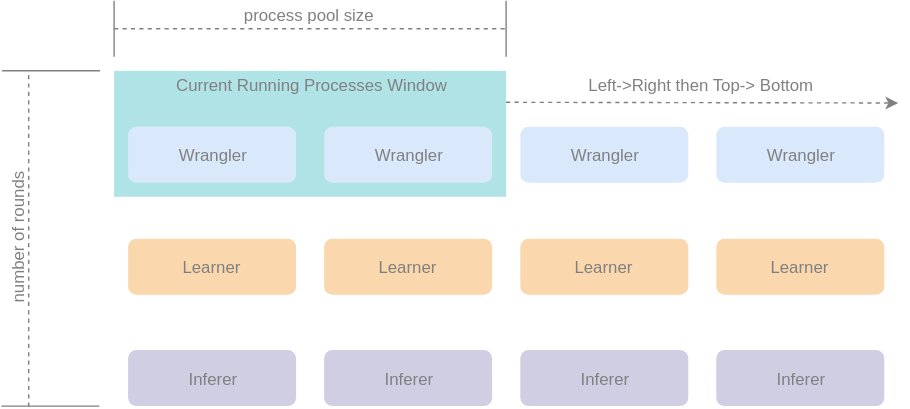
The draw.io diagram docs/source/nemesyst_rounds.svg in DreamingRaven/nemesyst, before a commit. Source tidied: cells renumbered, new cells last; positions are measured from the earlier drawing's top-left corner, leaving out a move shared by most shapes. Source of this version:
```xml
<mxGraphModel>
  <root>
    <mxCell id="0" />
    <mxCell id="1" parent="0" />
    <mxCell id="2" style="rounded=0;whiteSpace=wrap;html=1;fillColor=#b0e3e6;strokeColor=none;" parent="1" vertex="1">
      <mxGeometry x="189" y="50" width="280" height="90" as="geometry" />
    </mxCell>
    <mxCell id="3" style="rounded=1;whiteSpace=wrap;html=1;strokeColor=none;fillColor=#DAE8FC;fontColor=#808080;" parent="1" vertex="1">
      <mxGeometry x="199" y="90" width="120" height="40" as="geometry" />
    </mxCell>
    <mxCell id="4" value="Wrangler" style="text;html=1;strokeColor=none;fillColor=none;align=center;verticalAlign=middle;whiteSpace=wrap;rounded=0;fontColor=#808080;" parent="1" vertex="1">
      <mxGeometry x="209" y="100" width="100" height="20" as="geometry" />
    </mxCell>
    <mxCell id="5" style="rounded=1;whiteSpace=wrap;html=1;strokeColor=none;fillColor=#DAE8FC;fontColor=#808080;" parent="1" vertex="1">
      <mxGeometry x="339" y="90" width="120" height="40" as="geometry" />
    </mxCell>
    <mxCell id="6" value="Wrangler" style="text;html=1;strokeColor=none;fillColor=none;align=center;verticalAlign=middle;whiteSpace=wrap;rounded=0;fontColor=#808080;" parent="1" vertex="1">
      <mxGeometry x="349" y="100" width="100" height="20" as="geometry" />
    </mxCell>
    <mxCell id="7" style="rounded=1;whiteSpace=wrap;html=1;strokeColor=none;fillColor=#DAE8FC;fontColor=#808080;" parent="1" vertex="1">
      <mxGeometry x="479.1" y="90" width="120" height="40" as="geometry" />
    </mxCell>
    <mxCell id="8" value="Wrangler" style="text;html=1;strokeColor=none;fillColor=none;align=center;verticalAlign=middle;whiteSpace=wrap;rounded=0;fontColor=#808080;" parent="1" vertex="1">
      <mxGeometry x="489.1" y="100" width="100" height="20" as="geometry" />
    </mxCell>
    <mxCell id="9" style="rounded=1;whiteSpace=wrap;html=1;strokeColor=none;fillColor=#DAE8FC;fontColor=#808080;" parent="1" vertex="1">
      <mxGeometry x="619.1" y="90" width="120" height="40" as="geometry" />
    </mxCell>
    <mxCell id="10" value="Wrangler" style="text;html=1;strokeColor=none;fillColor=none;align=center;verticalAlign=middle;whiteSpace=wrap;rounded=0;fontColor=#808080;" parent="1" vertex="1">
      <mxGeometry x="629.1" y="100" width="100" height="20" as="geometry" />
    </mxCell>
    <mxCell id="11" value="Current Running Processes Window" style="text;html=1;strokeColor=none;fillColor=none;align=center;verticalAlign=middle;whiteSpace=wrap;rounded=0;fontColor=#808080;" parent="1" vertex="1">
      <mxGeometry x="189" y="50" width="281" height="20" as="geometry" />
    </mxCell>
    <mxCell id="12" style="endArrow=none;html=1;strokeColor=#808080;" parent="1" edge="1">
      <mxGeometry relative="1" as="geometry">
        <mxPoint x="189" y="40" as="sourcePoint" />
        <mxPoint x="189" as="targetPoint" />
      </mxGeometry>
    </mxCell>
    <mxCell id="13" style="endArrow=none;html=1;strokeColor=#808080;dashed=1;" parent="1" edge="1">
      <mxGeometry relative="1" as="geometry">
        <mxPoint x="189" y="20" as="sourcePoint" />
        <mxPoint x="469" y="20" as="targetPoint" />
      </mxGeometry>
    </mxCell>
    <mxCell id="14" style="endArrow=none;html=1;strokeColor=#808080;" parent="1" edge="1">
      <mxGeometry relative="1" as="geometry">
        <mxPoint x="469" y="40" as="sourcePoint" />
        <mxPoint x="469" as="targetPoint" />
      </mxGeometry>
    </mxCell>
    <mxCell id="15" value="process pool size" style="text;html=1;strokeColor=none;fillColor=none;align=center;verticalAlign=middle;whiteSpace=wrap;rounded=0;fontColor=#808080;" parent="1" vertex="1">
      <mxGeometry x="188" width="281" height="20" as="geometry" />
    </mxCell>
    <mxCell id="16" style="endArrow=classic;html=1;strokeColor=#808080;fontColor=#808080;exitX=1;exitY=0.25;exitDx=0;exitDy=0;dashed=1;" parent="1" edge="1" source="2">
      <mxGeometry relative="1" as="geometry">
        <mxPoint x="749" y="73" as="targetPoint" />
      </mxGeometry>
    </mxCell>
    <mxCell id="17" style="rounded=1;whiteSpace=wrap;html=1;strokeColor=none;fillColor=#fad7ac;" parent="1" vertex="1">
      <mxGeometry x="199" y="170" width="120" height="40" as="geometry" />
    </mxCell>
    <mxCell id="18" value="Learner" style="text;html=1;strokeColor=none;fillColor=none;align=center;verticalAlign=middle;whiteSpace=wrap;rounded=0;fontColor=#808080;" parent="1" vertex="1">
      <mxGeometry x="209" y="180" width="100" height="20" as="geometry" />
    </mxCell>
    <mxCell id="19" style="rounded=1;whiteSpace=wrap;html=1;strokeColor=none;fillColor=#fad7ac;" parent="1" vertex="1">
      <mxGeometry x="339" y="170" width="120" height="40" as="geometry" />
    </mxCell>
    <mxCell id="20" value="Learner" style="text;html=1;strokeColor=none;fillColor=none;align=center;verticalAlign=middle;whiteSpace=wrap;rounded=0;fontColor=#808080;" parent="1" vertex="1">
      <mxGeometry x="349" y="180" width="100" height="20" as="geometry" />
    </mxCell>
    <mxCell id="21" style="rounded=1;whiteSpace=wrap;html=1;strokeColor=none;fillColor=#fad7ac;" parent="1" vertex="1">
      <mxGeometry x="479.1" y="170" width="120" height="40" as="geometry" />
    </mxCell>
    <mxCell id="22" value="Learner" style="text;html=1;strokeColor=none;fillColor=none;align=center;verticalAlign=middle;whiteSpace=wrap;rounded=0;fontColor=#808080;" parent="1" vertex="1">
      <mxGeometry x="489.1" y="180" width="100" height="20" as="geometry" />
    </mxCell>
    <mxCell id="23" style="rounded=1;whiteSpace=wrap;html=1;strokeColor=none;fillColor=#fad7ac;" parent="1" vertex="1">
      <mxGeometry x="619.1" y="170" width="120" height="40" as="geometry" />
    </mxCell>
    <mxCell id="24" value="Learner" style="text;html=1;strokeColor=none;fillColor=none;align=center;verticalAlign=middle;whiteSpace=wrap;rounded=0;fontColor=#808080;" parent="1" vertex="1">
      <mxGeometry x="629.1" y="180" width="100" height="20" as="geometry" />
    </mxCell>
    <mxCell id="25" style="rounded=1;whiteSpace=wrap;html=1;strokeColor=none;fillColor=#d0cee2;" parent="1" vertex="1">
      <mxGeometry x="199" y="249.5" width="120" height="40" as="geometry" />
    </mxCell>
    <mxCell id="26" value="Inferer" style="text;html=1;strokeColor=none;fillColor=none;align=center;verticalAlign=middle;whiteSpace=wrap;rounded=0;fontColor=#808080;" parent="1" vertex="1">
      <mxGeometry x="209" y="259.5" width="100" height="20" as="geometry" />
    </mxCell>
    <mxCell id="27" style="rounded=1;whiteSpace=wrap;html=1;strokeColor=none;fillColor=#d0cee2;" parent="1" vertex="1">
      <mxGeometry x="339" y="249.5" width="120" height="40" as="geometry" />
    </mxCell>
    <mxCell id="28" value="Inferer" style="text;html=1;strokeColor=none;fillColor=none;align=center;verticalAlign=middle;whiteSpace=wrap;rounded=0;fontColor=#808080;" parent="1" vertex="1">
      <mxGeometry x="349" y="259.5" width="100" height="20" as="geometry" />
    </mxCell>
    <mxCell id="29" style="rounded=1;whiteSpace=wrap;html=1;strokeColor=none;fillColor=#d0cee2;" parent="1" vertex="1">
      <mxGeometry x="479.1" y="249.5" width="120" height="40" as="geometry" />
    </mxCell>
    <mxCell id="30" value="Inferer" style="text;html=1;strokeColor=none;fillColor=none;align=center;verticalAlign=middle;whiteSpace=wrap;rounded=0;fontColor=#808080;" parent="1" vertex="1">
      <mxGeometry x="489.1" y="259.5" width="100" height="20" as="geometry" />
    </mxCell>
    <mxCell id="31" style="rounded=1;whiteSpace=wrap;html=1;strokeColor=none;fillColor=#d0cee2;" parent="1" vertex="1">
      <mxGeometry x="619.1" y="249.5" width="120" height="40" as="geometry" />
    </mxCell>
    <mxCell id="32" value="Inferer" style="text;html=1;strokeColor=none;fillColor=none;align=center;verticalAlign=middle;whiteSpace=wrap;rounded=0;fontColor=#808080;" parent="1" vertex="1">
      <mxGeometry x="629.1" y="259.5" width="100" height="20" as="geometry" />
    </mxCell>
    <mxCell id="33" value="Left-&amp;gt;Right then Top-&amp;gt; Bottom" style="text;html=1;strokeColor=none;fillColor=none;align=center;verticalAlign=middle;whiteSpace=wrap;rounded=0;fontColor=#808080;" parent="1" vertex="1">
      <mxGeometry x="467.5" y="50" width="281" height="20" as="geometry" />
    </mxCell>
    <mxCell id="34" style="endArrow=none;html=1;dashed=1;strokeColor=#808080;fontColor=#808080;" parent="1" edge="1">
      <mxGeometry relative="1" as="geometry">
        <mxPoint x="128" y="290" as="sourcePoint" />
        <mxPoint x="128" y="50" as="targetPoint" />
      </mxGeometry>
    </mxCell>
    <mxCell id="35" style="endArrow=none;html=1;strokeColor=#808080;fontColor=#808080;" parent="1" edge="1">
      <mxGeometry relative="1" as="geometry">
        <mxPoint x="109" y="50" as="sourcePoint" />
        <mxPoint x="179" y="50" as="targetPoint" />
      </mxGeometry>
    </mxCell>
    <mxCell id="36" style="endArrow=none;html=1;strokeColor=#808080;fontColor=#808080;" parent="1" edge="1">
      <mxGeometry relative="1" as="geometry">
        <mxPoint x="108.5" y="289.5" as="sourcePoint" />
        <mxPoint x="178.5" y="289.5" as="targetPoint" />
      </mxGeometry>
    </mxCell>
    <mxCell id="37" value="number of rounds" style="text;html=1;strokeColor=none;fillColor=none;align=center;verticalAlign=middle;whiteSpace=wrap;rounded=0;fontColor=#808080;rotation=-90;" parent="1" vertex="1">
      <mxGeometry y="160" width="240" height="20" as="geometry" />
    </mxCell>
  </root>
</mxGraphModel>
```
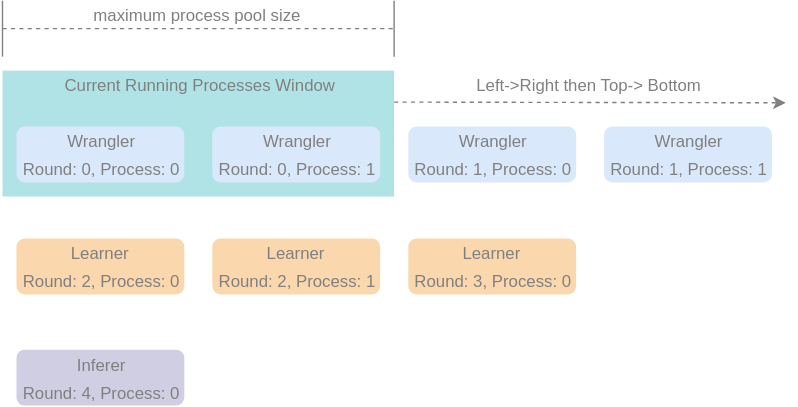
Later version of the same file.

Diff of the diagram source:
```diff
@@ -9,25 +9,25 @@
       <mxGeometry x="199" y="90" width="120" height="40" as="geometry" />
     </mxCell>
     <mxCell id="4" value="Wrangler" style="text;html=1;strokeColor=none;fillColor=none;align=center;verticalAlign=middle;whiteSpace=wrap;rounded=0;fontColor=#808080;" parent="1" vertex="1">
-      <mxGeometry x="209" y="100" width="100" height="20" as="geometry" />
+      <mxGeometry x="199" y="90" width="120" height="20" as="geometry" />
     </mxCell>
     <mxCell id="5" style="rounded=1;whiteSpace=wrap;html=1;strokeColor=none;fillColor=#DAE8FC;fontColor=#808080;" parent="1" vertex="1">
       <mxGeometry x="339" y="90" width="120" height="40" as="geometry" />
     </mxCell>
     <mxCell id="6" value="Wrangler" style="text;html=1;strokeColor=none;fillColor=none;align=center;verticalAlign=middle;whiteSpace=wrap;rounded=0;fontColor=#808080;" parent="1" vertex="1">
-      <mxGeometry x="349" y="100" width="100" height="20" as="geometry" />
+      <mxGeometry x="349" y="90" width="100" height="20" as="geometry" />
     </mxCell>
     <mxCell id="7" style="rounded=1;whiteSpace=wrap;html=1;strokeColor=none;fillColor=#DAE8FC;fontColor=#808080;" parent="1" vertex="1">
       <mxGeometry x="479.1" y="90" width="120" height="40" as="geometry" />
     </mxCell>
     <mxCell id="8" value="Wrangler" style="text;html=1;strokeColor=none;fillColor=none;align=center;verticalAlign=middle;whiteSpace=wrap;rounded=0;fontColor=#808080;" parent="1" vertex="1">
-      <mxGeometry x="489.1" y="100" width="100" height="20" as="geometry" />
+      <mxGeometry x="489.1" y="90" width="100" height="20" as="geometry" />
     </mxCell>
     <mxCell id="9" style="rounded=1;whiteSpace=wrap;html=1;strokeColor=none;fillColor=#DAE8FC;fontColor=#808080;" parent="1" vertex="1">
       <mxGeometry x="619.1" y="90" width="120" height="40" as="geometry" />
     </mxCell>
     <mxCell id="10" value="Wrangler" style="text;html=1;strokeColor=none;fillColor=none;align=center;verticalAlign=middle;whiteSpace=wrap;rounded=0;fontColor=#808080;" parent="1" vertex="1">
-      <mxGeometry x="629.1" y="100" width="100" height="20" as="geometry" />
+      <mxGeometry x="629.1" y="90" width="100" height="20" as="geometry" />
     </mxCell>
     <mxCell id="11" value="Current Running Processes Window" style="text;html=1;strokeColor=none;fillColor=none;align=center;verticalAlign=middle;whiteSpace=wrap;rounded=0;fontColor=#808080;" parent="1" vertex="1">
       <mxGeometry x="189" y="50" width="281" height="20" as="geometry" />
@@ -50,7 +50,7 @@
         <mxPoint x="469" as="targetPoint" />
       </mxGeometry>
     </mxCell>
-    <mxCell id="15" value="process pool size" style="text;html=1;strokeColor=none;fillColor=none;align=center;verticalAlign=middle;whiteSpace=wrap;rounded=0;fontColor=#808080;" parent="1" vertex="1">
+    <mxCell id="15" value="maximum process pool size" style="text;html=1;strokeColor=none;fillColor=none;align=center;verticalAlign=middle;whiteSpace=wrap;rounded=0;fontColor=#808080;" parent="1" vertex="1">
       <mxGeometry x="188" width="281" height="20" as="geometry" />
     </mxCell>
     <mxCell id="16" style="endArrow=classic;html=1;strokeColor=#808080;fontColor=#808080;exitX=1;exitY=0.25;exitDx=0;exitDy=0;dashed=1;" parent="1" edge="1" source="2">
@@ -62,73 +62,52 @@
       <mxGeometry x="199" y="170" width="120" height="40" as="geometry" />
     </mxCell>
     <mxCell id="18" value="Learner" style="text;html=1;strokeColor=none;fillColor=none;align=center;verticalAlign=middle;whiteSpace=wrap;rounded=0;fontColor=#808080;" parent="1" vertex="1">
-      <mxGeometry x="209" y="180" width="100" height="20" as="geometry" />
+      <mxGeometry x="209" y="170" width="100" height="20" as="geometry" />
     </mxCell>
     <mxCell id="19" style="rounded=1;whiteSpace=wrap;html=1;strokeColor=none;fillColor=#fad7ac;" parent="1" vertex="1">
       <mxGeometry x="339" y="170" width="120" height="40" as="geometry" />
     </mxCell>
     <mxCell id="20" value="Learner" style="text;html=1;strokeColor=none;fillColor=none;align=center;verticalAlign=middle;whiteSpace=wrap;rounded=0;fontColor=#808080;" parent="1" vertex="1">
-      <mxGeometry x="349" y="180" width="100" height="20" as="geometry" />
+      <mxGeometry x="349" y="170" width="100" height="20" as="geometry" />
     </mxCell>
     <mxCell id="21" style="rounded=1;whiteSpace=wrap;html=1;strokeColor=none;fillColor=#fad7ac;" parent="1" vertex="1">
       <mxGeometry x="479.1" y="170" width="120" height="40" as="geometry" />
     </mxCell>
     <mxCell id="22" value="Learner" style="text;html=1;strokeColor=none;fillColor=none;align=center;verticalAlign=middle;whiteSpace=wrap;rounded=0;fontColor=#808080;" parent="1" vertex="1">
-      <mxGeometry x="489.1" y="180" width="100" height="20" as="geometry" />
+      <mxGeometry x="489.1" y="170" width="100" height="20" as="geometry" />
     </mxCell>
-    <mxCell id="23" style="rounded=1;whiteSpace=wrap;html=1;strokeColor=none;fillColor=#fad7ac;" parent="1" vertex="1">
-      <mxGeometry x="619.1" y="170" width="120" height="40" as="geometry" />
+    <mxCell id="23" style="rounded=1;whiteSpace=wrap;html=1;strokeColor=none;fillColor=#d0cee2;" parent="1" vertex="1">
+      <mxGeometry x="199" y="249.5" width="120" height="40" as="geometry" />
     </mxCell>
-    <mxCell id="24" value="Learner" style="text;html=1;strokeColor=none;fillColor=none;align=center;verticalAlign=middle;whiteSpace=wrap;rounded=0;fontColor=#808080;" parent="1" vertex="1">
-      <mxGeometry x="629.1" y="180" width="100" height="20" as="geometry" />
+    <mxCell id="24" value="Inferer" style="text;html=1;strokeColor=none;fillColor=none;align=center;verticalAlign=middle;whiteSpace=wrap;rounded=0;fontColor=#808080;" parent="1" vertex="1">
+      <mxGeometry x="209" y="250" width="100" height="20" as="geometry" />
     </mxCell>
-    <mxCell id="25" style="rounded=1;whiteSpace=wrap;html=1;strokeColor=none;fillColor=#d0cee2;" parent="1" vertex="1">
-      <mxGeometry x="199" y="249.5" width="120" height="40" as="geometry" />
+    <mxCell id="25" value="Left-&amp;gt;Right then Top-&amp;gt; Bottom" style="text;html=1;strokeColor=none;fillColor=none;align=center;verticalAlign=middle;whiteSpace=wrap;rounded=0;fontColor=#808080;" parent="1" vertex="1">
+      <mxGeometry x="467.5" y="50" width="281" height="20" as="geometry" />
     </mxCell>
-    <mxCell id="26" value="Inferer" style="text;html=1;strokeColor=none;fillColor=none;align=center;verticalAlign=middle;whiteSpace=wrap;rounded=0;fontColor=#808080;" parent="1" vertex="1">
-      <mxGeometry x="209" y="259.5" width="100" height="20" as="geometry" />
+    <mxCell id="26" value="Round: 0, Process: 0" style="text;html=1;strokeColor=none;fillColor=none;align=center;verticalAlign=middle;whiteSpace=wrap;rounded=0;fontColor=#808080;" parent="1" vertex="1">
+      <mxGeometry x="199" y="110" width="120" height="20" as="geometry" />
     </mxCell>
-    <mxCell id="27" style="rounded=1;whiteSpace=wrap;html=1;strokeColor=none;fillColor=#d0cee2;" parent="1" vertex="1">
-      <mxGeometry x="339" y="249.5" width="120" height="40" as="geometry" />
+    <mxCell id="27" value="Round: 0, Process: 1" style="text;html=1;strokeColor=none;fillColor=none;align=center;verticalAlign=middle;whiteSpace=wrap;rounded=0;fontColor=#808080;" parent="1" vertex="1">
+      <mxGeometry x="339" y="110" width="120" height="20" as="geometry" />
     </mxCell>
-    <mxCell id="28" value="Inferer" style="text;html=1;strokeColor=none;fillColor=none;align=center;verticalAlign=middle;whiteSpace=wrap;rounded=0;fontColor=#808080;" parent="1" vertex="1">
-      <mxGeometry x="349" y="259.5" width="100" height="20" as="geometry" />
+    <mxCell id="28" value="Round: 1, Process: 0" style="text;html=1;strokeColor=none;fillColor=none;align=center;verticalAlign=middle;whiteSpace=wrap;rounded=0;fontColor=#808080;" parent="1" vertex="1">
+      <mxGeometry x="479" y="110" width="120" height="20" as="geometry" />
     </mxCell>
-    <mxCell id="29" style="rounded=1;whiteSpace=wrap;html=1;strokeColor=none;fillColor=#d0cee2;" parent="1" vertex="1">
-      <mxGeometry x="479.1" y="249.5" width="120" height="40" as="geometry" />
+    <mxCell id="29" value="Round: 1, Process: 1" style="text;html=1;strokeColor=none;fillColor=none;align=center;verticalAlign=middle;whiteSpace=wrap;rounded=0;fontColor=#808080;" parent="1" vertex="1">
+      <mxGeometry x="619" y="110" width="120" height="20" as="geometry" />
     </mxCell>
-    <mxCell id="30" value="Inferer" style="text;html=1;strokeColor=none;fillColor=none;align=center;verticalAlign=middle;whiteSpace=wrap;rounded=0;fontColor=#808080;" parent="1" vertex="1">
-      <mxGeometry x="489.1" y="259.5" width="100" height="20" as="geometry" />
+    <mxCell id="30" value="Round: 2, Process: 0" style="text;html=1;strokeColor=none;fillColor=none;align=center;verticalAlign=middle;whiteSpace=wrap;rounded=0;fontColor=#808080;" parent="1" vertex="1">
+      <mxGeometry x="199" y="190" width="120" height="20" as="geometry" />
     </mxCell>
-    <mxCell id="31" style="rounded=1;whiteSpace=wrap;html=1;strokeColor=none;fillColor=#d0cee2;" parent="1" vertex="1">
-      <mxGeometry x="619.1" y="249.5" width="120" height="40" as="geometry" />
+    <mxCell id="31" value="Round: 2, Process: 1" style="text;html=1;strokeColor=none;fillColor=none;align=center;verticalAlign=middle;whiteSpace=wrap;rounded=0;fontColor=#808080;" parent="1" vertex="1">
+      <mxGeometry x="339" y="190" width="120" height="20" as="geometry" />
     </mxCell>
-    <mxCell id="32" value="Inferer" style="text;html=1;strokeColor=none;fillColor=none;align=center;verticalAlign=middle;whiteSpace=wrap;rounded=0;fontColor=#808080;" parent="1" vertex="1">
-      <mxGeometry x="629.1" y="259.5" width="100" height="20" as="geometry" />
+    <mxCell id="32" value="Round: 3, Process: 0" style="text;html=1;strokeColor=none;fillColor=none;align=center;verticalAlign=middle;whiteSpace=wrap;rounded=0;fontColor=#808080;" parent="1" vertex="1">
+      <mxGeometry x="479" y="190" width="120" height="20" as="geometry" />
     </mxCell>
-    <mxCell id="33" value="Left-&amp;gt;Right then Top-&amp;gt; Bottom" style="text;html=1;strokeColor=none;fillColor=none;align=center;verticalAlign=middle;whiteSpace=wrap;rounded=0;fontColor=#808080;" parent="1" vertex="1">
-      <mxGeometry x="467.5" y="50" width="281" height="20" as="geometry" />
+    <mxCell id="33" value="Round: 4, Process: 0" style="text;html=1;strokeColor=none;fillColor=none;align=center;verticalAlign=middle;whiteSpace=wrap;rounded=0;fontColor=#808080;" parent="1" vertex="1">
+      <mxGeometry x="199" y="270" width="120" height="20" as="geometry" />
     </mxCell>
-    <mxCell id="34" style="endArrow=none;html=1;dashed=1;strokeColor=#808080;fontColor=#808080;" parent="1" edge="1">
-      <mxGeometry relative="1" as="geometry">
-        <mxPoint x="128" y="290" as="sourcePoint" />
-        <mxPoint x="128" y="50" as="targetPoint" />
-      </mxGeometry>
-    </mxCell>
-    <mxCell id="35" style="endArrow=none;html=1;strokeColor=#808080;fontColor=#808080;" parent="1" edge="1">
-      <mxGeometry relative="1" as="geometry">
-        <mxPoint x="109" y="50" as="sourcePoint" />
-        <mxPoint x="179" y="50" as="targetPoint" />
-      </mxGeometry>
-    </mxCell>
-    <mxCell id="36" style="endArrow=none;html=1;strokeColor=#808080;fontColor=#808080;" parent="1" edge="1">
-      <mxGeometry relative="1" as="geometry">
-        <mxPoint x="108.5" y="289.5" as="sourcePoint" />
-        <mxPoint x="178.5" y="289.5" as="targetPoint" />
-      </mxGeometry>
-    </mxCell>
-    <mxCell id="37" value="number of rounds" style="text;html=1;strokeColor=none;fillColor=none;align=center;verticalAlign=middle;whiteSpace=wrap;rounded=0;fontColor=#808080;rotation=-90;" parent="1" vertex="1">
-      <mxGeometry y="160" width="240" height="20" as="geometry" />
-    </mxCell>
   </root>
 </mxGraphModel>
```
